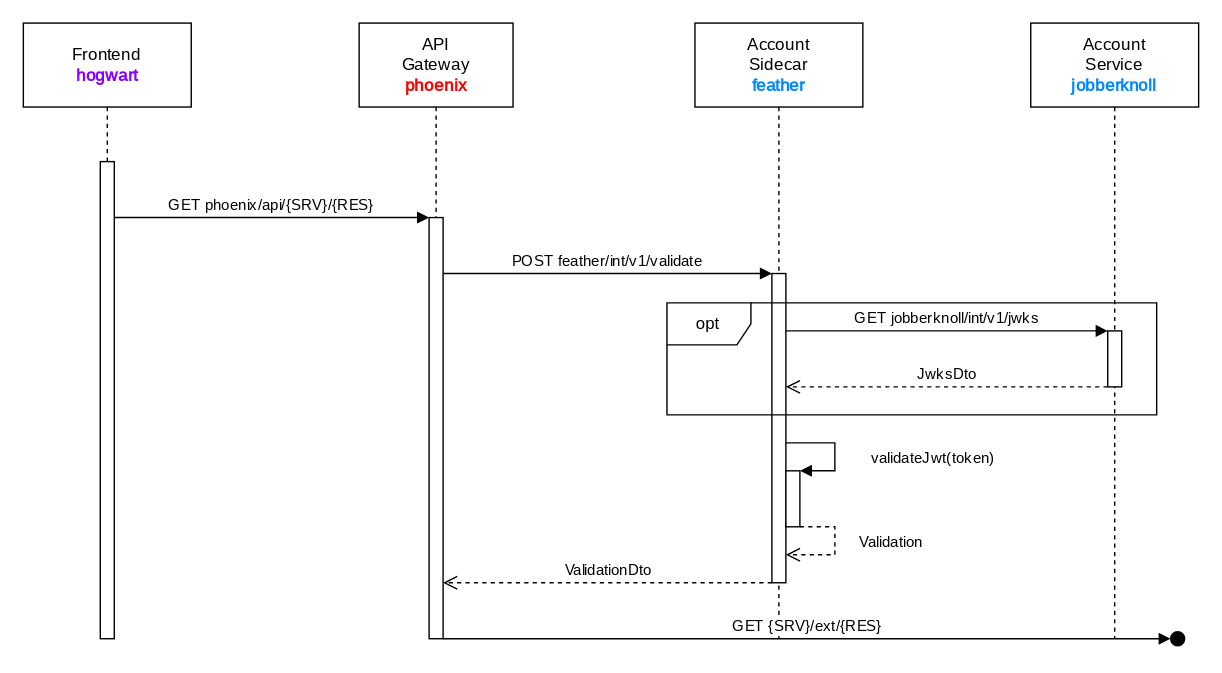
Earlier version of the draw.io export documentation/course/e2/images/sequence-diagram-mechanism-12.drawio.svg (PWR-ACS-SE-24/SoftwareSystemDesign). Source tidied: cells renumbered, new cells last; positions are measured from the earlier drawing's top-left corner, leaving out a move shared by most shapes.
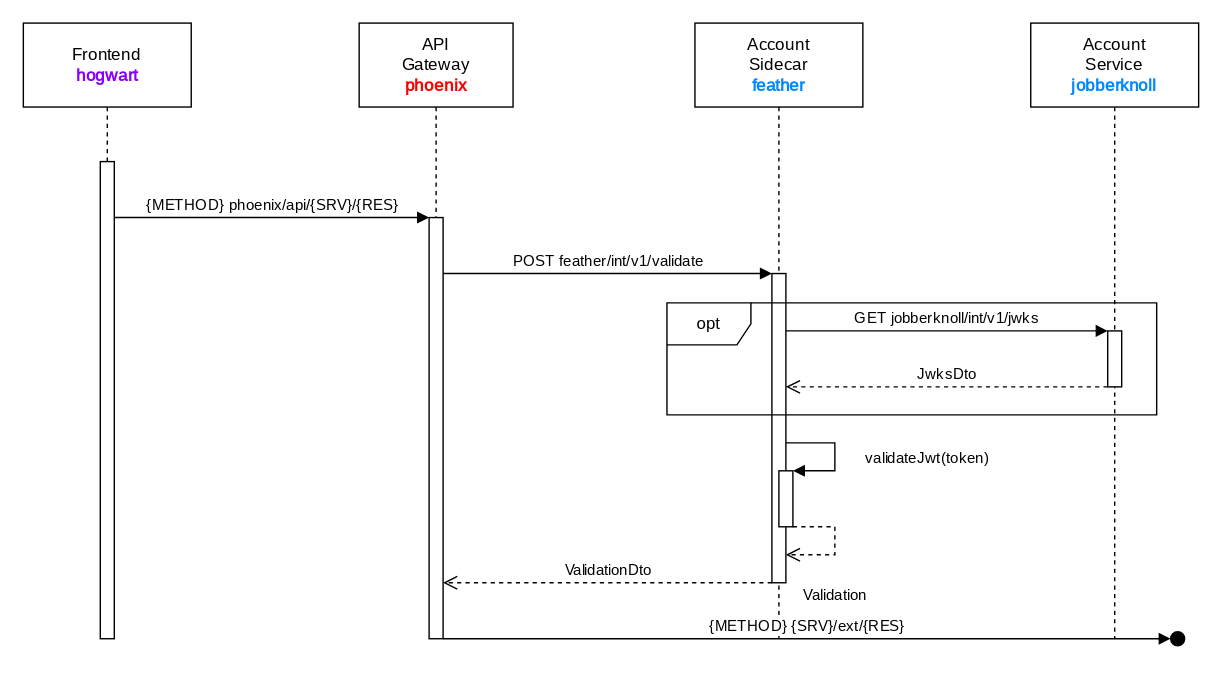
Above is the later version.

Commit message:
Address review comments

The edit, as a diff of the source:
```diff
@@ -50,7 +50,7 @@
       </mxGeometry>
     </mxCell>
     <mxCell id="12" style="html=1;points=[[0,0,0,0,5],[0,1,0,0,-5],[1,0,0,0,5],[1,1,0,0,-5]];perimeter=orthogonalPerimeter;outlineConnect=0;targetShapes=umlLifeline;portConstraint=eastwest;newEdgeStyle={&quot;curved&quot;:0,&quot;rounded&quot;:0};fontFamily=JetBrains Mono;fontSource=https%3A%2F%2Ffonts.googleapis.com%2Fcss%3Ffamily%3DJetBrains%2BMono;" parent="5" vertex="1">
-      <mxGeometry x="65" y="320" width="10" height="40" as="geometry" />
+      <mxGeometry x="60" y="320" width="10" height="40" as="geometry" />
     </mxCell>
     <mxCell id="13" value="Validation" style="html=1;verticalAlign=bottom;endArrow=open;dashed=1;endSize=8;curved=0;rounded=0;fontFamily=JetBrains Mono;fontSource=https%3A%2F%2Ffonts.googleapis.com%2Fcss%3Ffamily%3DJetBrains%2BMono;" parent="5" edge="1" source="12" target="6">
       <mxGeometry x="0.12" y="-40" relative="1" as="geometry">
@@ -61,7 +61,7 @@
         <mxPoint x="40" y="40" as="offset" />
       </mxGeometry>
     </mxCell>
-    <mxCell id="14" value="&lt;font style=&quot;font-size: 11px;&quot;&gt;GET phoenix/api/{SRV}/{RES}&lt;/font&gt;" style="html=1;verticalAlign=bottom;endArrow=block;curved=0;rounded=0;fontFamily=JetBrains Mono;fontSource=https%3A%2F%2Ffonts.googleapis.com%2Fcss%3Ffamily%3DJetBrains%2BMono;" parent="1" edge="1" source="17" target="4">
+    <mxCell id="14" value="&lt;font style=&quot;font-size: 11px;&quot;&gt;{METHOD} phoenix/api/{SRV}/{RES}&lt;/font&gt;" style="html=1;verticalAlign=bottom;endArrow=block;curved=0;rounded=0;fontFamily=JetBrains Mono;fontSource=https%3A%2F%2Ffonts.googleapis.com%2Fcss%3Ffamily%3DJetBrains%2BMono;" parent="1" edge="1" source="17" target="4">
       <mxGeometry relative="1" as="geometry">
         <Array as="points">
           <mxPoint x="180" y="139" />
@@ -81,7 +81,7 @@
     <mxCell id="17" style="html=1;points=[[0,0,0,0,5],[0,1,0,0,-5],[1,0,0,0,5],[1,1,0,0,-5]];perimeter=orthogonalPerimeter;outlineConnect=0;targetShapes=umlLifeline;portConstraint=eastwest;newEdgeStyle={&quot;curved&quot;:0,&quot;rounded&quot;:0};fontFamily=JetBrains Mono;fontSource=https%3A%2F%2Ffonts.googleapis.com%2Fcss%3Ffamily%3DJetBrains%2BMono;" parent="16" vertex="1">
       <mxGeometry x="55" y="99" width="10" height="341" as="geometry" />
     </mxCell>
-    <mxCell id="18" value="&lt;font&gt;GET {SRV}/ext/{RES}&lt;br&gt;&lt;/font&gt;" style="html=1;verticalAlign=bottom;endArrow=block;curved=0;rounded=0;fontFamily=JetBrains Mono;fontSource=https%3A%2F%2Ffonts.googleapis.com%2Fcss%3Ffamily%3DJetBrains%2BMono;" parent="1" edge="1" source="4" target="20">
+    <mxCell id="18" value="&lt;font&gt;{METHOD} {SRV}/ext/{RES}&lt;br&gt;&lt;/font&gt;" style="html=1;verticalAlign=bottom;endArrow=block;curved=0;rounded=0;fontFamily=JetBrains Mono;fontSource=https%3A%2F%2Ffonts.googleapis.com%2Fcss%3Ffamily%3DJetBrains%2BMono;" parent="1" edge="1" source="4" target="20">
       <mxGeometry relative="1" as="geometry">
         <Array as="points">
           <mxPoint x="665" y="440" />
```
